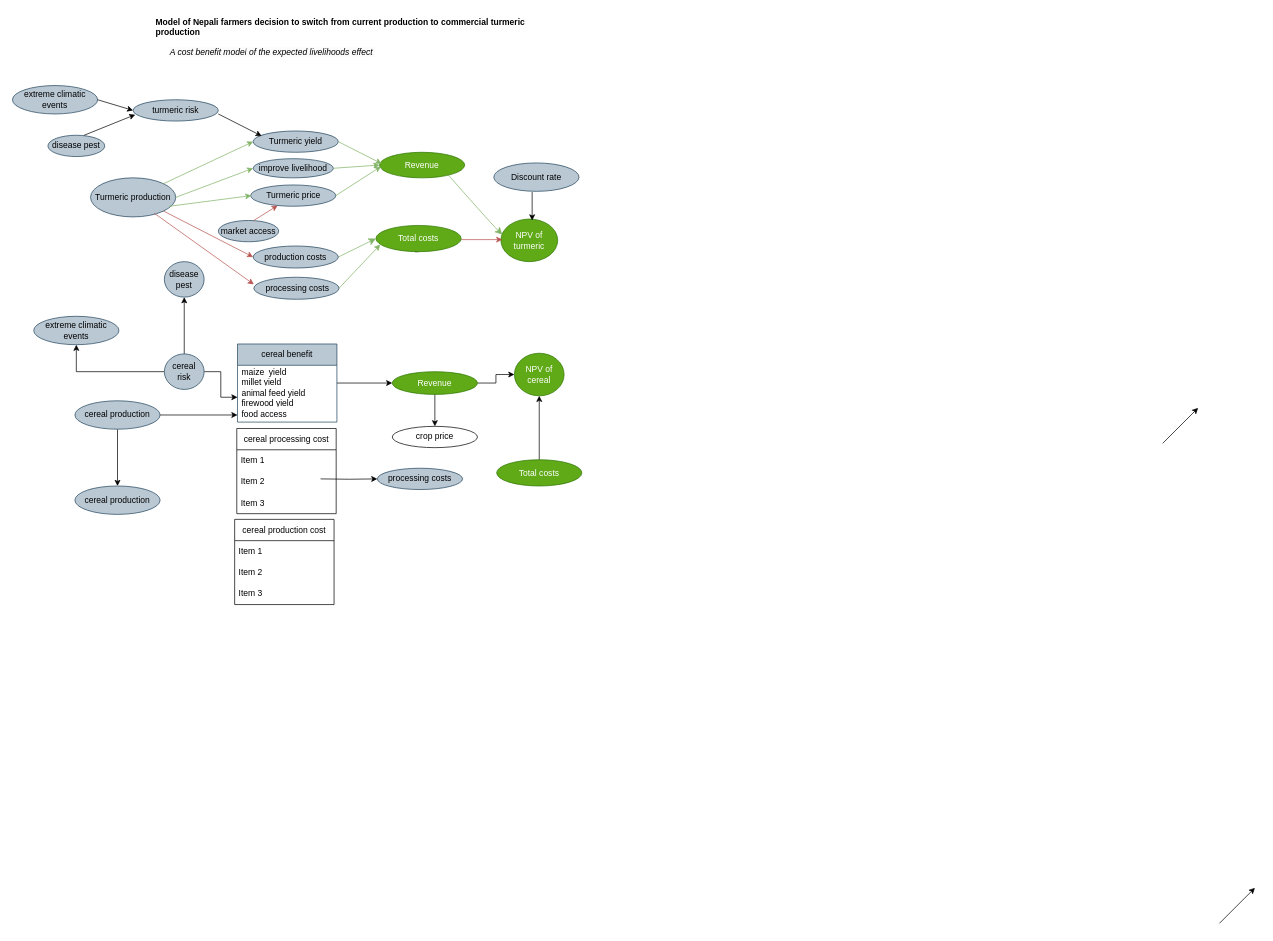
The draw.io diagram Untitled Diagram.drawio in AditiBista/masterthesis, before the edit. Source tidied: cells renumbered, new cells numbered last; positions are measured from the earlier drawing's top-left corner, leaving out a move shared by most shapes. Both pictures are drawn from the tidied source at 71%, with x=0, y=0 at pixel (12, 12).
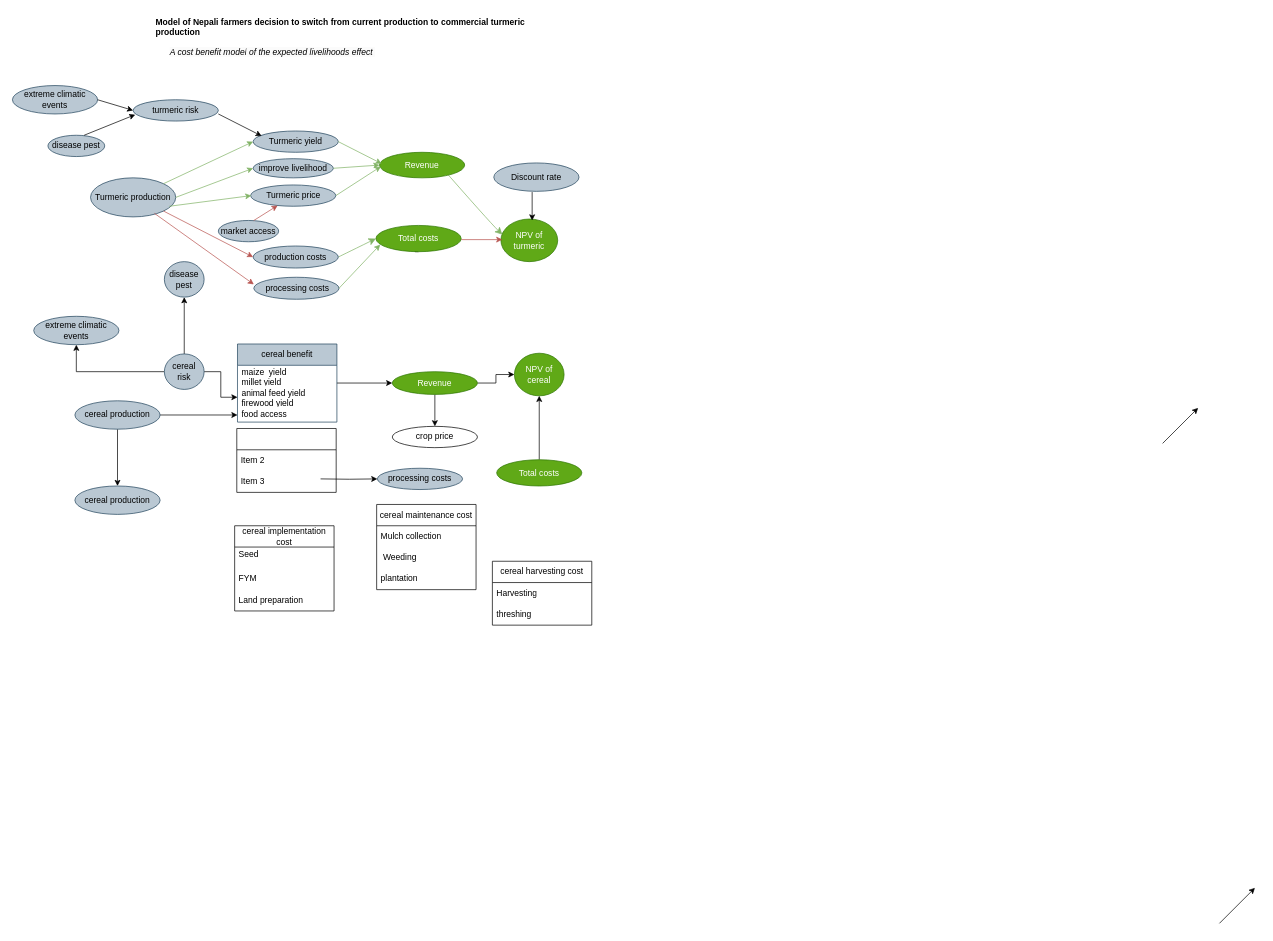
After the change.

What changed in the source:
```diff
@@
-    <mxCell id="64" value="cereal production cost" style="swimlane;fontStyle=0;horizontal=1;startSize=30;whiteSpace=wrap;html=1;" parent="1" vertex="1">
-      <mxGeometry x="313" y="714" width="140" height="120" as="geometry" />
+    <mxCell id="64" value="cereal implementation cost" style="swimlane;fontStyle=0;horizontal=1;startSize=30;whiteSpace=wrap;html=1;" parent="1" vertex="1">
+      <mxGeometry x="313" y="723" width="140" height="120" as="geometry" />
     </mxCell>
-    <mxCell id="65" value="Item 1" style="text;strokeColor=none;fillColor=none;align=left;verticalAlign=middle;spacingLeft=4;spacingRight=4;overflow=hidden;whiteSpace=wrap;html=1;" parent="64" vertex="1">
+    <mxCell id="65" value="Seed &amp;nbsp;&amp;nbsp;&lt;br&gt;&amp;nbsp;" style="text;strokeColor=none;fillColor=none;align=left;verticalAlign=middle;spacingLeft=4;spacingRight=4;overflow=hidden;whiteSpace=wrap;html=1;" parent="64" vertex="1">
       <mxGeometry y="30" width="140" height="30" as="geometry" />
     </mxCell>
-    <mxCell id="66" value="Item 2" style="text;strokeColor=none;fillColor=none;align=left;verticalAlign=middle;spacingLeft=4;spacingRight=4;overflow=hidden;whiteSpace=wrap;html=1;" parent="64" vertex="1">
+    <mxCell id="66" value="FYM" style="text;strokeColor=none;fillColor=none;align=left;verticalAlign=middle;spacingLeft=4;spacingRight=4;overflow=hidden;whiteSpace=wrap;html=1;" parent="64" vertex="1">
       <mxGeometry y="60" width="140" height="30" as="geometry" />
     </mxCell>
-    <mxCell id="67" value="Item 3" style="text;strokeColor=none;fillColor=none;align=left;verticalAlign=middle;spacingLeft=4;spacingRight=4;overflow=hidden;whiteSpace=wrap;html=1;" parent="64" vertex="1">
+    <mxCell id="67" value="Land preparation" style="text;strokeColor=none;fillColor=none;align=left;verticalAlign=middle;spacingLeft=4;spacingRight=4;overflow=hidden;whiteSpace=wrap;html=1;" parent="64" vertex="1">
       <mxGeometry y="90" width="140" height="30" as="geometry" />
     </mxCell>
-    <mxCell id="68" value="cereal processing cost" style="swimlane;fontStyle=0;horizontal=1;startSize=30;whiteSpace=wrap;html=1;" parent="1" vertex="1">
-      <mxGeometry x="316" y="586" width="140" height="120" as="geometry" />
+    <mxCell id="68" style="swimlane;fontStyle=0;horizontal=1;startSize=30;whiteSpace=wrap;html=1;" parent="1" vertex="1">
+      <mxGeometry x="316" y="586" width="140" height="90" as="geometry" />
     </mxCell>
-    <mxCell id="69" value="Item 1" style="text;strokeColor=none;fillColor=none;align=left;verticalAlign=middle;spacingLeft=4;spacingRight=4;overflow=hidden;whiteSpace=wrap;html=1;" parent="68" vertex="1">
-      <mxGeometry y="30" width="140" height="30" as="geometry" />
-    </mxCell>
     <mxCell id="70" value="Item 2" style="text;strokeColor=none;fillColor=none;align=left;verticalAlign=middle;spacingLeft=4;spacingRight=4;overflow=hidden;whiteSpace=wrap;html=1;" parent="68" vertex="1">
-      <mxGeometry y="60" width="140" height="30" as="geometry" />
+      <mxGeometry y="30" width="140" height="30" as="geometry" />
     </mxCell>
     <mxCell id="71" value="Item 3" style="text;strokeColor=none;fillColor=none;align=left;verticalAlign=middle;spacingLeft=4;spacingRight=4;overflow=hidden;whiteSpace=wrap;html=1;" parent="68" vertex="1">
-      <mxGeometry y="90" width="140" height="30" as="geometry" />
+      <mxGeometry y="60" width="140" height="30" as="geometry" />
     </mxCell>
+    <mxCell id="72" value="cereal maintenance cost" style="swimlane;fontStyle=0;horizontal=1;startSize=30;whiteSpace=wrap;html=1;" parent="1" vertex="1">
+      <mxGeometry x="513" y="693" width="140" height="120" as="geometry" />
+    </mxCell>
+    <mxCell id="73" value="Mulch collection" style="text;strokeColor=none;fillColor=none;align=left;verticalAlign=middle;spacingLeft=4;spacingRight=4;overflow=hidden;whiteSpace=wrap;html=1;" parent="72" vertex="1">
+      <mxGeometry y="30" width="140" height="30" as="geometry" />
+    </mxCell>
+    <mxCell id="74" value="&amp;nbsp;Weeding" style="text;strokeColor=none;fillColor=none;align=left;verticalAlign=middle;spacingLeft=4;spacingRight=4;overflow=hidden;whiteSpace=wrap;html=1;" parent="72" vertex="1">
+      <mxGeometry y="60" width="140" height="30" as="geometry" />
+    </mxCell>
+    <mxCell id="75" value="plantation" style="text;strokeColor=none;fillColor=none;align=left;verticalAlign=middle;spacingLeft=4;spacingRight=4;overflow=hidden;whiteSpace=wrap;html=1;" parent="72" vertex="1">
+      <mxGeometry y="90" width="140" height="30" as="geometry" />
+    </mxCell>
+    <mxCell id="76" value="cereal harvesting cost" style="swimlane;fontStyle=0;horizontal=1;startSize=30;whiteSpace=wrap;html=1;" parent="1" vertex="1">
+      <mxGeometry x="676" y="773" width="140" height="90" as="geometry" />
+    </mxCell>
+    <mxCell id="77" value="Harvesting" style="text;strokeColor=none;fillColor=none;align=left;verticalAlign=middle;spacingLeft=4;spacingRight=4;overflow=hidden;whiteSpace=wrap;html=1;" parent="76" vertex="1">
+      <mxGeometry y="30" width="140" height="30" as="geometry" />
+    </mxCell>
+    <mxCell id="78" value="threshing" style="text;strokeColor=none;fillColor=none;align=left;verticalAlign=middle;spacingLeft=4;spacingRight=4;overflow=hidden;whiteSpace=wrap;html=1;" parent="76" vertex="1">
+      <mxGeometry y="60" width="140" height="30" as="geometry" />
+    </mxCell>
```
